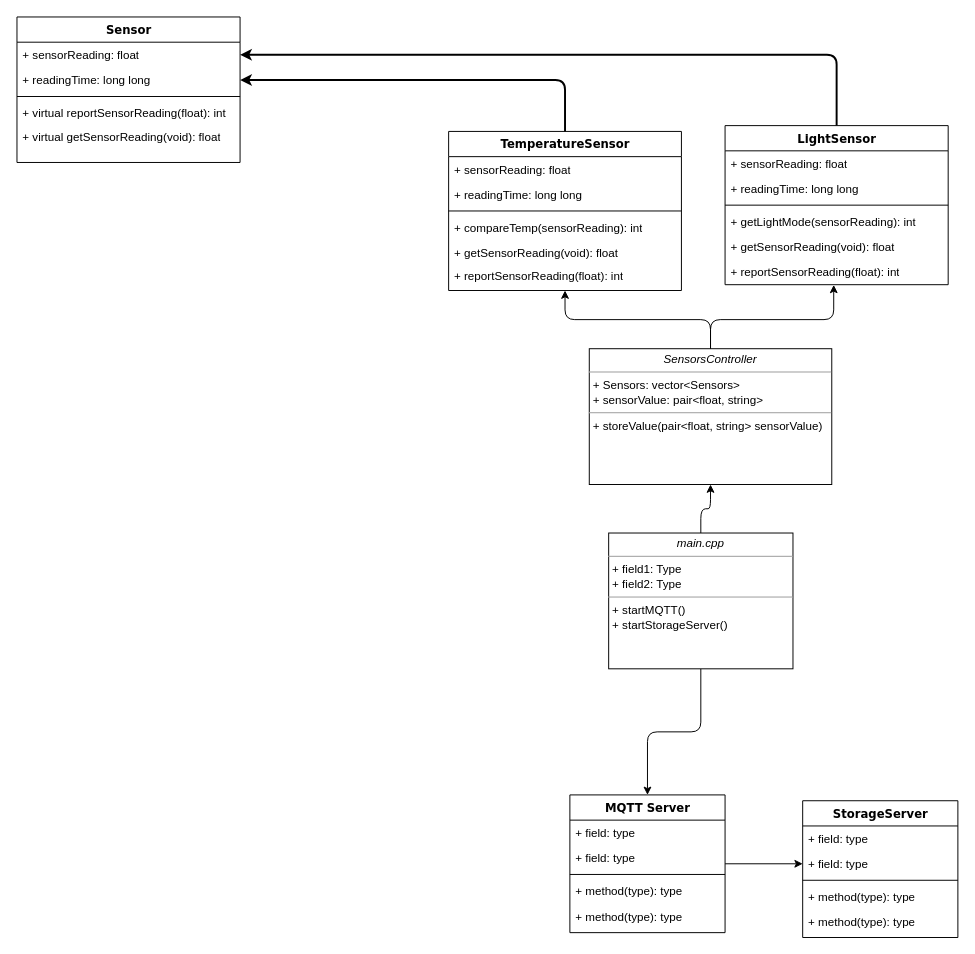
Before: design.drawio in Marcelle-Samir/IoT-MQTT, a draw.io diagram. Source tidied: cells renumbered, new cells numbered last; positions are measured from the earlier drawing's top-left corner, leaving out a move shared by most shapes. Both pictures are drawn from the tidied source at 97%, with x=0, y=0 at pixel (16, 16).
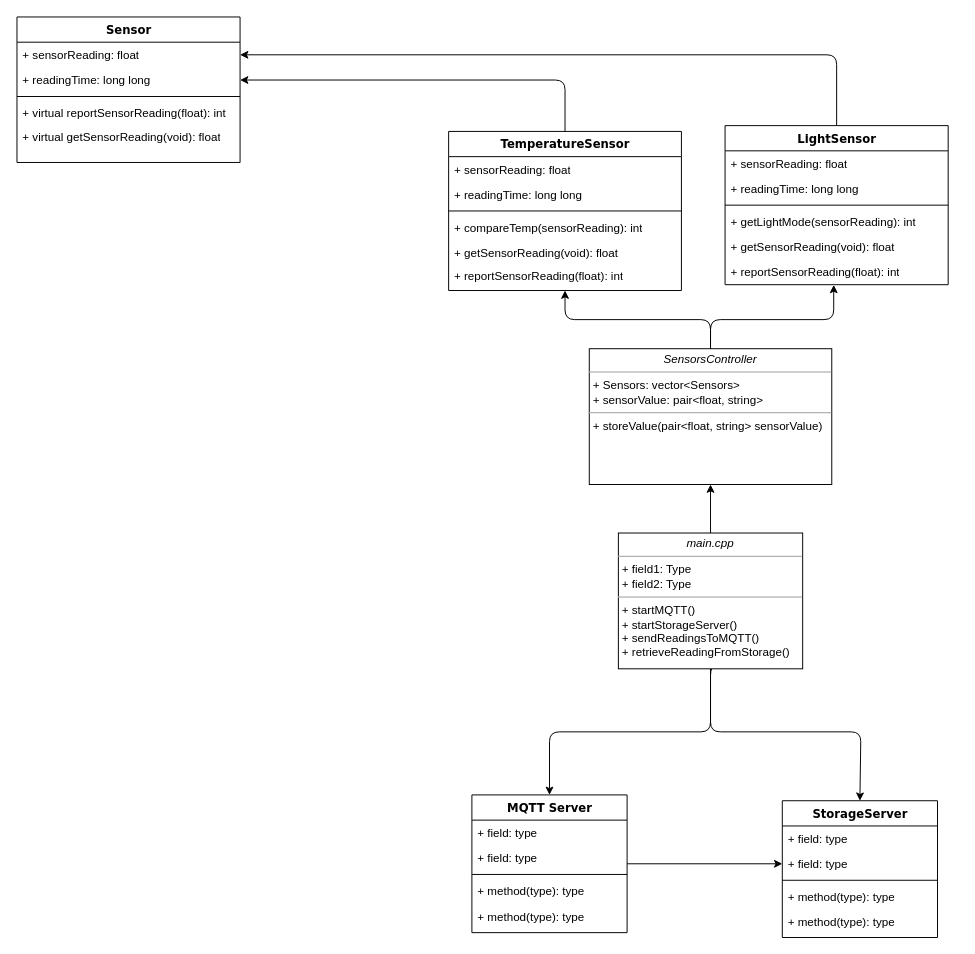
The same page after the edit.

The change refers to these unchanged cells:
```xml
<mxCell id="3" value="+ sensorReading: float" style="text;html=1;strokeColor=none;fillColor=none;align=left;verticalAlign=top;spacingLeft=4;spacingRight=4;whiteSpace=wrap;overflow=hidden;points=[[0,0.5],[1,0.5]];portConstraint=eastwest;" parent="2" vertex="1">
  <mxGeometry y="26" width="230" height="26" as="geometry" />
</mxCell>
<mxCell id="4" value="+ readingTime: long long" style="text;html=1;strokeColor=none;fillColor=none;align=left;verticalAlign=top;spacingLeft=4;spacingRight=4;whiteSpace=wrap;overflow=hidden;points=[[0,0.5],[1,0.5]];portConstraint=eastwest;" parent="2" vertex="1">
  <mxGeometry y="52" width="230" height="26" as="geometry" />
</mxCell>
<mxCell id="9" value="TemperatureSensor" style="swimlane;html=1;fontStyle=1;align=center;verticalAlign=top;horizontal=1;startSize=26;swimlaneFillColor=#ffffff;rounded=0;shadow=0;comic=0;labelBackgroundColor=none;strokeWidth=1;fillColor=none;fontFamily=Verdana;fontSize=12;" parent="1" vertex="1">
  <mxGeometry x="445" y="118" width="240" height="164" as="geometry" />
</mxCell>
<mxCell id="32" value="LightSensor" style="swimlane;html=1;fontStyle=1;align=center;verticalAlign=top;horizontal=1;startSize=26;swimlaneFillColor=#ffffff;rounded=0;shadow=0;comic=0;labelBackgroundColor=none;strokeWidth=1;fillColor=none;fontFamily=Verdana;fontSize=12;" parent="1" vertex="1">
  <mxGeometry x="730" y="112" width="230" height="164" as="geometry" />
</mxCell>
```

What changed in the source:
```diff
@@
-    <mxCell id="8" style="edgeStyle=orthogonalEdgeStyle;rounded=1;html=1;labelBackgroundColor=none;startArrow=none;startFill=0;endArrow=classic;endFill=1;fontFamily=Verdana;fontSize=12;strokeWidth=2;curved=0;strokeColor=default;entryX=1;entryY=0.5;entryDx=0;entryDy=0;exitX=0.5;exitY=0;exitDx=0;exitDy=0;" parent="1" edge="1" source="9" target="4">
+    <mxCell id="8" style="edgeStyle=orthogonalEdgeStyle;rounded=1;html=1;labelBackgroundColor=none;startArrow=none;startFill=0;endArrow=classic;endFill=1;fontFamily=Verdana;fontSize=12;strokeWidth=1;curved=0;strokeColor=default;entryX=1;entryY=0.5;entryDx=0;entryDy=0;exitX=0.5;exitY=0;exitDx=0;exitDy=0;" parent="1" edge="1" source="9" target="4">
       <mxGeometry relative="1" as="geometry">
         <Array as="points">
           <mxPoint x="565" y="65" />
         </Array>
       </mxGeometry>
     </mxCell>
@@
     <mxCell id="17" value="MQTT Server" style="swimlane;html=1;fontStyle=1;align=center;verticalAlign=top;horizontal=1;startSize=26;swimlaneFillColor=#ffffff;rounded=0;shadow=0;comic=0;labelBackgroundColor=none;strokeWidth=1;fillColor=none;fontFamily=Verdana;fontSize=12;" parent="1" vertex="1">
-      <mxGeometry x="570" y="802" width="160" height="142" as="geometry" />
+      <mxGeometry x="469" y="802" width="160" height="142" as="geometry" />
     </mxCell>
@@
     <mxCell id="23" value="StorageServer" style="swimlane;html=1;fontStyle=1;align=center;verticalAlign=top;horizontal=1;startSize=26;swimlaneFillColor=#ffffff;rounded=0;shadow=0;comic=0;labelBackgroundColor=none;strokeWidth=1;fillColor=none;fontFamily=Verdana;fontSize=12;" parent="1" vertex="1">
-      <mxGeometry x="810" y="808" width="160" height="141" as="geometry" />
+      <mxGeometry x="789" y="808" width="160" height="141" as="geometry" />
     </mxCell>
@@
+    <mxCell id="43" style="edgeStyle=orthogonalEdgeStyle;rounded=1;jettySize=auto;html=1;exitX=0.561;exitY=1.012;exitDx=0;exitDy=0;exitPerimeter=0;curved=0;entryX=0.5;entryY=0;entryDx=0;entryDy=0;" parent="1" edge="1" target="23">
+      <mxGeometry relative="1" as="geometry">
+        <mxPoint x="726.6" y="668.7" as="sourcePoint" />
+        <Array as="points">
+          <mxPoint x="715" y="669" />
+          <mxPoint x="715" y="737" />
+          <mxPoint x="870" y="737" />
+          <mxPoint x="870" y="808" />
+        </Array>
+      </mxGeometry>
+    </mxCell>
-    <mxCell id="31" value="&lt;p style=&quot;margin:0px;margin-top:4px;text-align:center;&quot;&gt;&lt;i&gt;main.cpp&lt;/i&gt;&lt;/p&gt;&lt;hr size=&quot;1&quot;&gt;&lt;p style=&quot;margin:0px;margin-left:4px;&quot;&gt;+ field1: Type&lt;br&gt;+ field2: Type&lt;/p&gt;&lt;hr size=&quot;1&quot;&gt;&lt;p style=&quot;margin:0px;margin-left:4px;&quot;&gt;+ startMQTT()&lt;br&gt;+ startStorageServer()&lt;/p&gt;" style="verticalAlign=top;align=left;overflow=fill;fontSize=12;fontFamily=Helvetica;html=1;rounded=0;shadow=0;comic=0;labelBackgroundColor=none;strokeWidth=1;" parent="1" vertex="1">
-      <mxGeometry x="610" y="532" width="190" height="140" as="geometry" />
+    <mxCell id="31" value="&lt;p style=&quot;margin:0px;margin-top:4px;text-align:center;&quot;&gt;&lt;i&gt;main.cpp&lt;/i&gt;&lt;/p&gt;&lt;hr size=&quot;1&quot;&gt;&lt;p style=&quot;margin:0px;margin-left:4px;&quot;&gt;+ field1: Type&lt;br&gt;+ field2: Type&lt;/p&gt;&lt;hr size=&quot;1&quot;&gt;&lt;p style=&quot;margin:0px;margin-left:4px;&quot;&gt;+ startMQTT()&lt;br&gt;+ startStorageServer()&lt;/p&gt;&lt;p style=&quot;margin:0px;margin-left:4px;&quot;&gt;+ sendReadingsToMQTT()&lt;br&gt;&lt;/p&gt;&lt;p style=&quot;margin:0px;margin-left:4px;&quot;&gt;+ retrieveReadingFromStorage()&lt;br&gt;&lt;/p&gt;" style="verticalAlign=top;align=left;overflow=fill;fontSize=12;fontFamily=Helvetica;html=1;rounded=0;shadow=0;comic=0;labelBackgroundColor=none;strokeWidth=1;" parent="1" vertex="1">
+      <mxGeometry x="620" y="532" width="190" height="140" as="geometry" />
     </mxCell>
@@
-    <mxCell id="39" style="edgeStyle=orthogonalEdgeStyle;rounded=1;jettySize=auto;html=1;exitX=1;exitY=0.5;exitDx=0;exitDy=0;entryX=0.5;entryY=0;entryDx=0;entryDy=0;strokeWidth=2;curved=0;endArrow=none;endFill=0;startArrow=classic;startFill=1;" parent="1" edge="1" source="3" target="32">
+    <mxCell id="39" style="edgeStyle=orthogonalEdgeStyle;rounded=1;jettySize=auto;html=1;exitX=1;exitY=0.5;exitDx=0;exitDy=0;entryX=0.5;entryY=0;entryDx=0;entryDy=0;strokeWidth=1;curved=0;endArrow=none;endFill=0;startArrow=classic;startFill=1;" parent="1" edge="1" source="3" target="32">
       <mxGeometry relative="1" as="geometry" />
     </mxCell>
```
